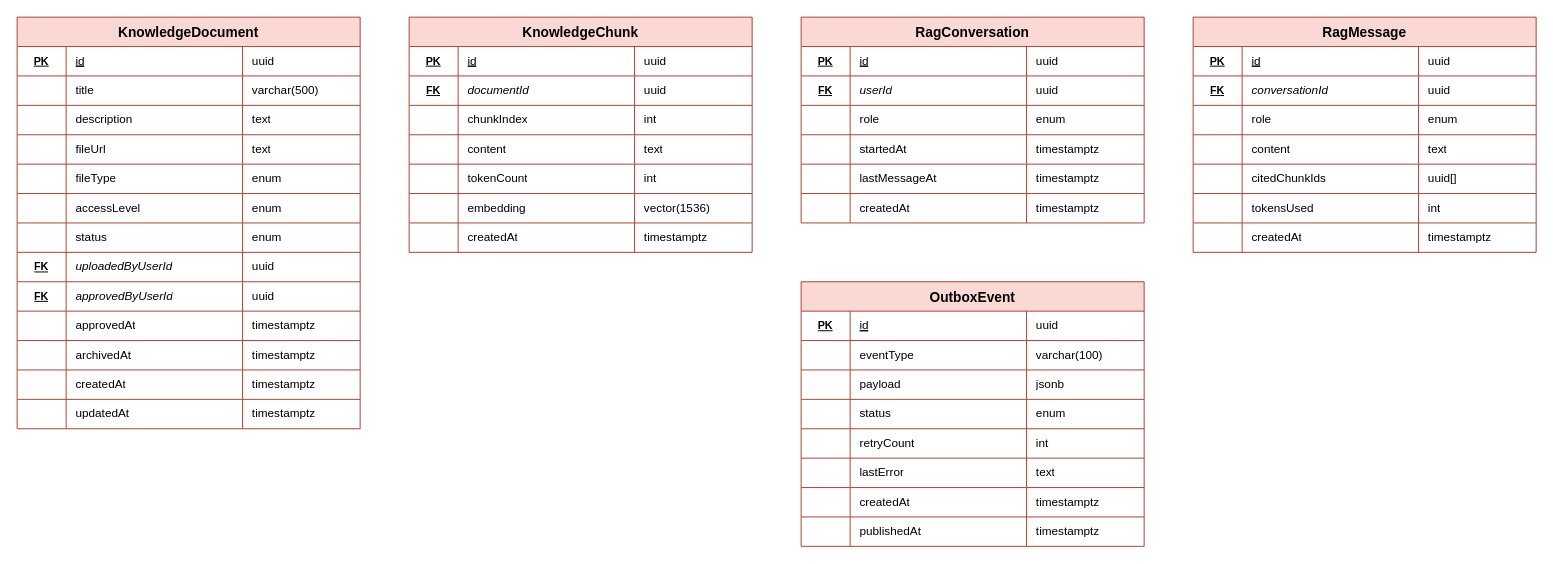
The draw.io diagram db-schema/rag-ai/schema.drawio in SU26SE101-Capstone-Project-VietRide/SU26SE101-Capstone-Project-VietRide-BE, before the edit. Source tidied: cells renumbered, new cells numbered last; positions are measured from the earlier drawing's top-left corner, leaving out a move shared by most shapes. Both pictures are drawn from the tidied source at 98%, with x=0, y=0 at pixel (17, 17).
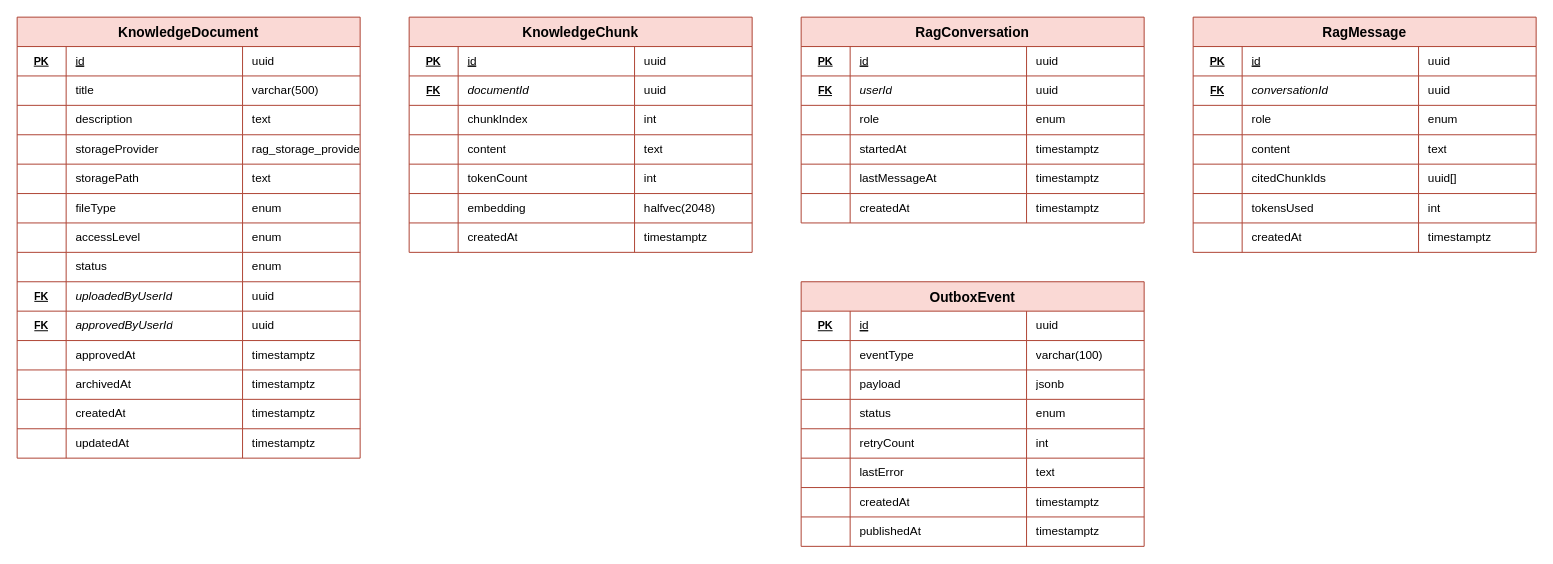
Above is the later version.

Unchanged cells that the change refers to:
```xml
<mxCell id="15" style="shape=tableRow;horizontal=0;startSize=0;swimlaneHead=0;swimlaneBody=0;strokeColor=inherit;top=0;left=0;bottom=0;right=0;fillColor=none;fontSize=12;" parent="2" vertex="1">
  <mxGeometry y="120" width="350" height="30" as="geometry" />
</mxCell>
<mxCell id="19" style="shape=tableRow;horizontal=0;startSize=0;swimlaneHead=0;swimlaneBody=0;strokeColor=inherit;top=0;left=0;bottom=0;right=0;fillColor=none;fontSize=12;" parent="2" vertex="1">
  <mxGeometry y="150" width="350" height="30" as="geometry" />
</mxCell>
<mxCell id="23" style="shape=tableRow;horizontal=0;startSize=0;swimlaneHead=0;swimlaneBody=0;strokeColor=inherit;top=0;left=0;bottom=0;right=0;fillColor=none;fontSize=12;" parent="2" vertex="1">
  <mxGeometry y="180" width="350" height="30" as="geometry" />
</mxCell>
<mxCell id="27" style="shape=tableRow;horizontal=0;startSize=0;swimlaneHead=0;swimlaneBody=0;strokeColor=inherit;top=0;left=0;bottom=0;right=0;fillColor=none;fontSize=12;" parent="2" vertex="1">
  <mxGeometry y="210" width="350" height="30" as="geometry" />
</mxCell>
<mxCell id="31" style="shape=tableRow;horizontal=0;startSize=0;swimlaneHead=0;swimlaneBody=0;strokeColor=inherit;top=0;left=0;bottom=0;right=0;fillColor=none;fontSize=12;" parent="2" vertex="1">
  <mxGeometry y="240" width="350" height="30" as="geometry" />
</mxCell>
<mxCell id="35" style="shape=tableRow;horizontal=0;startSize=0;swimlaneHead=0;swimlaneBody=0;strokeColor=inherit;top=0;left=0;bottom=0;right=0;fillColor=none;fontSize=12;" parent="2" vertex="1">
  <mxGeometry y="270" width="350" height="30" as="geometry" />
</mxCell>
<mxCell id="39" style="shape=tableRow;horizontal=0;startSize=0;swimlaneHead=0;swimlaneBody=0;strokeColor=inherit;top=0;left=0;bottom=0;right=0;fillColor=none;fontSize=12;" parent="2" vertex="1">
  <mxGeometry y="300" width="350" height="30" as="geometry" />
</mxCell>
<mxCell id="43" style="shape=tableRow;horizontal=0;startSize=0;swimlaneHead=0;swimlaneBody=0;strokeColor=inherit;top=0;left=0;bottom=0;right=0;fillColor=none;fontSize=12;" parent="2" vertex="1">
  <mxGeometry y="330" width="350" height="30" as="geometry" />
</mxCell>
<mxCell id="47" style="shape=tableRow;horizontal=0;startSize=0;swimlaneHead=0;swimlaneBody=0;strokeColor=inherit;top=0;left=0;bottom=0;right=0;fillColor=none;fontSize=12;" parent="2" vertex="1">
  <mxGeometry y="360" width="350" height="30" as="geometry" />
</mxCell>
<mxCell id="51" style="shape=tableRow;horizontal=0;startSize=0;swimlaneHead=0;swimlaneBody=0;strokeColor=inherit;top=0;left=0;bottom=0;right=0;fillColor=none;fontSize=12;" parent="2" vertex="1">
  <mxGeometry y="390" width="350" height="30" as="geometry" />
</mxCell>
<mxCell id="76" style="shape=tableRow;horizontal=0;startSize=0;swimlaneHead=0;swimlaneBody=0;strokeColor=inherit;top=0;left=0;bottom=0;right=0;fillColor=none;fontSize=12;" parent="55" vertex="1">
  <mxGeometry y="180" width="350" height="30" as="geometry" />
</mxCell>
```

The edit, as a diff of the source:
```diff
@@
     <mxCell id="2" value="KnowledgeDocument" style="shape=table;startSize=30;childLayout=tableLayout;fontSize=14;fontStyle=1;fillColor=#fad9d5;strokeColor=#ae4132;align=center;" parent="1" vertex="1">
-      <mxGeometry width="350" height="420" as="geometry" />
+      <mxGeometry width="350" height="450" as="geometry" />
     </mxCell>
@@
-    <mxCell id="17" value="fileUrl" style="shape=partialRectangle;html=1;whiteSpace=wrap;strokeColor=inherit;overflow=hidden;fillColor=none;top=0;left=0;bottom=0;right=0;fontSize=12;align=left;spacingLeft=8;" parent="15" vertex="1">
+    <mxCell id="17" value="storageProvider" style="shape=partialRectangle;html=1;whiteSpace=wrap;strokeColor=inherit;overflow=hidden;fillColor=none;top=0;left=0;bottom=0;right=0;fontSize=12;align=left;spacingLeft=8;" parent="15" vertex="1">
       <mxGeometry x="50" width="180" height="30" as="geometry" />
     </mxCell>
-    <mxCell id="18" value="text" style="shape=partialRectangle;html=1;whiteSpace=wrap;strokeColor=inherit;overflow=hidden;fillColor=none;top=0;left=0;bottom=0;right=0;fontSize=12;align=left;spacingLeft=8;" parent="15" vertex="1">
+    <mxCell id="18" value="rag_storage_provider" style="shape=partialRectangle;html=1;whiteSpace=wrap;strokeColor=inherit;overflow=hidden;fillColor=none;top=0;left=0;bottom=0;right=0;fontSize=12;align=left;spacingLeft=8;" parent="15" vertex="1">
       <mxGeometry x="230" width="120" height="30" as="geometry" />
     </mxCell>
@@
-    <mxCell id="21" value="fileType" style="shape=partialRectangle;html=1;whiteSpace=wrap;strokeColor=inherit;overflow=hidden;fillColor=none;top=0;left=0;bottom=0;right=0;fontSize=12;align=left;spacingLeft=8;" parent="19" vertex="1">
+    <mxCell id="21" value="storagePath" style="shape=partialRectangle;html=1;whiteSpace=wrap;strokeColor=inherit;overflow=hidden;fillColor=none;top=0;left=0;bottom=0;right=0;fontSize=12;align=left;spacingLeft=8;" parent="19" vertex="1">
       <mxGeometry x="50" width="180" height="30" as="geometry" />
     </mxCell>
-    <mxCell id="22" value="enum" style="shape=partialRectangle;html=1;whiteSpace=wrap;strokeColor=inherit;overflow=hidden;fillColor=none;top=0;left=0;bottom=0;right=0;fontSize=12;align=left;spacingLeft=8;" parent="19" vertex="1">
+    <mxCell id="22" value="text" style="shape=partialRectangle;html=1;whiteSpace=wrap;strokeColor=inherit;overflow=hidden;fillColor=none;top=0;left=0;bottom=0;right=0;fontSize=12;align=left;spacingLeft=8;" parent="19" vertex="1">
       <mxGeometry x="230" width="120" height="30" as="geometry" />
     </mxCell>
@@
-    <mxCell id="25" value="accessLevel" style="shape=partialRectangle;html=1;whiteSpace=wrap;strokeColor=inherit;overflow=hidden;fillColor=none;top=0;left=0;bottom=0;right=0;fontSize=12;align=left;spacingLeft=8;" parent="23" vertex="1">
+    <mxCell id="25" value="fileType" style="shape=partialRectangle;html=1;whiteSpace=wrap;strokeColor=inherit;overflow=hidden;fillColor=none;top=0;left=0;bottom=0;right=0;fontSize=12;align=left;spacingLeft=8;" parent="23" vertex="1">
       <mxGeometry x="50" width="180" height="30" as="geometry" />
     </mxCell>
@@
-    <mxCell id="29" value="status" style="shape=partialRectangle;html=1;whiteSpace=wrap;strokeColor=inherit;overflow=hidden;fillColor=none;top=0;left=0;bottom=0;right=0;fontSize=12;align=left;spacingLeft=8;" parent="27" vertex="1">
+    <mxCell id="29" value="accessLevel" style="shape=partialRectangle;html=1;whiteSpace=wrap;strokeColor=inherit;overflow=hidden;fillColor=none;top=0;left=0;bottom=0;right=0;fontSize=12;align=left;spacingLeft=8;" parent="27" vertex="1">
       <mxGeometry x="50" width="180" height="30" as="geometry" />
     </mxCell>
@@
-    <mxCell id="32" value="FK" style="shape=partialRectangle;html=1;whiteSpace=wrap;strokeColor=inherit;overflow=hidden;fillColor=none;top=0;left=0;bottom=0;right=0;fontSize=11;fontStyle=5;align=center;" parent="31" vertex="1">
+    <mxCell id="32" style="shape=partialRectangle;html=1;whiteSpace=wrap;strokeColor=inherit;overflow=hidden;fillColor=none;top=0;left=0;bottom=0;right=0;fontSize=11;fontStyle=5;align=center;" parent="31" vertex="1">
       <mxGeometry width="50" height="30" as="geometry" />
     </mxCell>
-    <mxCell id="33" value="&lt;i&gt;uploadedByUserId&lt;/i&gt;" style="shape=partialRectangle;html=1;whiteSpace=wrap;strokeColor=inherit;overflow=hidden;fillColor=none;top=0;left=0;bottom=0;right=0;fontSize=12;fontStyle=2;align=left;spacingLeft=8;" parent="31" vertex="1">
+    <mxCell id="33" value="status" style="shape=partialRectangle;html=1;whiteSpace=wrap;strokeColor=inherit;overflow=hidden;fillColor=none;top=0;left=0;bottom=0;right=0;fontSize=12;align=left;spacingLeft=8;" parent="31" vertex="1">
       <mxGeometry x="50" width="180" height="30" as="geometry" />
     </mxCell>
-    <mxCell id="34" value="uuid" style="shape=partialRectangle;html=1;whiteSpace=wrap;strokeColor=inherit;overflow=hidden;fillColor=none;top=0;left=0;bottom=0;right=0;fontSize=12;align=left;spacingLeft=8;" parent="31" vertex="1">
+    <mxCell id="34" value="enum" style="shape=partialRectangle;html=1;whiteSpace=wrap;strokeColor=inherit;overflow=hidden;fillColor=none;top=0;left=0;bottom=0;right=0;fontSize=12;align=left;spacingLeft=8;" parent="31" vertex="1">
       <mxGeometry x="230" width="120" height="30" as="geometry" />
     </mxCell>
@@
-    <mxCell id="37" value="&lt;i&gt;approvedByUserId&lt;/i&gt;" style="shape=partialRectangle;html=1;whiteSpace=wrap;strokeColor=inherit;overflow=hidden;fillColor=none;top=0;left=0;bottom=0;right=0;fontSize=12;fontStyle=2;align=left;spacingLeft=8;" parent="35" vertex="1">
+    <mxCell id="37" value="&lt;i&gt;uploadedByUserId&lt;/i&gt;" style="shape=partialRectangle;html=1;whiteSpace=wrap;strokeColor=inherit;overflow=hidden;fillColor=none;top=0;left=0;bottom=0;right=0;fontSize=12;fontStyle=2;align=left;spacingLeft=8;" parent="35" vertex="1">
       <mxGeometry x="50" width="180" height="30" as="geometry" />
     </mxCell>
@@
-    <mxCell id="40" style="shape=partialRectangle;html=1;whiteSpace=wrap;strokeColor=inherit;overflow=hidden;fillColor=none;top=0;left=0;bottom=0;right=0;fontSize=11;fontStyle=5;align=center;" parent="39" vertex="1">
+    <mxCell id="40" value="FK" style="shape=partialRectangle;html=1;whiteSpace=wrap;strokeColor=inherit;overflow=hidden;fillColor=none;top=0;left=0;bottom=0;right=0;fontSize=11;fontStyle=5;align=center;" parent="39" vertex="1">
       <mxGeometry width="50" height="30" as="geometry" />
     </mxCell>
-    <mxCell id="41" value="approvedAt" style="shape=partialRectangle;html=1;whiteSpace=wrap;strokeColor=inherit;overflow=hidden;fillColor=none;top=0;left=0;bottom=0;right=0;fontSize=12;align=left;spacingLeft=8;" parent="39" vertex="1">
+    <mxCell id="41" value="&lt;i&gt;approvedByUserId&lt;/i&gt;" style="shape=partialRectangle;html=1;whiteSpace=wrap;strokeColor=inherit;overflow=hidden;fillColor=none;top=0;left=0;bottom=0;right=0;fontSize=12;fontStyle=2;align=left;spacingLeft=8;" parent="39" vertex="1">
       <mxGeometry x="50" width="180" height="30" as="geometry" />
     </mxCell>
-    <mxCell id="42" value="timestamptz" style="shape=partialRectangle;html=1;whiteSpace=wrap;strokeColor=inherit;overflow=hidden;fillColor=none;top=0;left=0;bottom=0;right=0;fontSize=12;align=left;spacingLeft=8;" parent="39" vertex="1">
+    <mxCell id="42" value="uuid" style="shape=partialRectangle;html=1;whiteSpace=wrap;strokeColor=inherit;overflow=hidden;fillColor=none;top=0;left=0;bottom=0;right=0;fontSize=12;align=left;spacingLeft=8;" parent="39" vertex="1">
       <mxGeometry x="230" width="120" height="30" as="geometry" />
     </mxCell>
@@
-    <mxCell id="45" value="archivedAt" style="shape=partialRectangle;html=1;whiteSpace=wrap;strokeColor=inherit;overflow=hidden;fillColor=none;top=0;left=0;bottom=0;right=0;fontSize=12;align=left;spacingLeft=8;" parent="43" vertex="1">
+    <mxCell id="45" value="approvedAt" style="shape=partialRectangle;html=1;whiteSpace=wrap;strokeColor=inherit;overflow=hidden;fillColor=none;top=0;left=0;bottom=0;right=0;fontSize=12;align=left;spacingLeft=8;" parent="43" vertex="1">
       <mxGeometry x="50" width="180" height="30" as="geometry" />
     </mxCell>
@@
-    <mxCell id="49" value="createdAt" style="shape=partialRectangle;html=1;whiteSpace=wrap;strokeColor=inherit;overflow=hidden;fillColor=none;top=0;left=0;bottom=0;right=0;fontSize=12;align=left;spacingLeft=8;" parent="47" vertex="1">
+    <mxCell id="49" value="archivedAt" style="shape=partialRectangle;html=1;whiteSpace=wrap;strokeColor=inherit;overflow=hidden;fillColor=none;top=0;left=0;bottom=0;right=0;fontSize=12;align=left;spacingLeft=8;" parent="47" vertex="1">
       <mxGeometry x="50" width="180" height="30" as="geometry" />
     </mxCell>
@@
-    <mxCell id="53" value="updatedAt" style="shape=partialRectangle;html=1;whiteSpace=wrap;strokeColor=inherit;overflow=hidden;fillColor=none;top=0;left=0;bottom=0;right=0;fontSize=12;align=left;spacingLeft=8;" parent="51" vertex="1">
+    <mxCell id="53" value="createdAt" style="shape=partialRectangle;html=1;whiteSpace=wrap;strokeColor=inherit;overflow=hidden;fillColor=none;top=0;left=0;bottom=0;right=0;fontSize=12;align=left;spacingLeft=8;" parent="51" vertex="1">
       <mxGeometry x="50" width="180" height="30" as="geometry" />
     </mxCell>
@@
+    <mxCell id="171" style="shape=tableRow;horizontal=0;startSize=0;swimlaneHead=0;swimlaneBody=0;strokeColor=inherit;top=0;left=0;bottom=0;right=0;fillColor=none;fontSize=12;" parent="2" vertex="1">
+      <mxGeometry y="420" width="350" height="30" as="geometry" />
+    </mxCell>
+    <mxCell id="172" style="shape=partialRectangle;html=1;whiteSpace=wrap;strokeColor=inherit;overflow=hidden;fillColor=none;top=0;left=0;bottom=0;right=0;fontSize=11;fontStyle=5;align=center;" parent="171" vertex="1">
+      <mxGeometry width="50" height="30" as="geometry" />
+    </mxCell>
+    <mxCell id="173" value="updatedAt" style="shape=partialRectangle;html=1;whiteSpace=wrap;strokeColor=inherit;overflow=hidden;fillColor=none;top=0;left=0;bottom=0;right=0;fontSize=12;align=left;spacingLeft=8;" parent="171" vertex="1">
+      <mxGeometry x="50" width="180" height="30" as="geometry" />
+    </mxCell>
+    <mxCell id="174" value="timestamptz" style="shape=partialRectangle;html=1;whiteSpace=wrap;strokeColor=inherit;overflow=hidden;fillColor=none;top=0;left=0;bottom=0;right=0;fontSize=12;align=left;spacingLeft=8;" parent="171" vertex="1">
+      <mxGeometry x="230" width="120" height="30" as="geometry" />
+    </mxCell>
@@
-    <mxCell id="79" value="vector(1536)" style="shape=partialRectangle;html=1;whiteSpace=wrap;strokeColor=inherit;overflow=hidden;fillColor=none;top=0;left=0;bottom=0;right=0;fontSize=12;align=left;spacingLeft=8;" parent="76" vertex="1">
+    <mxCell id="79" value="halfvec(2048)" style="shape=partialRectangle;html=1;whiteSpace=wrap;strokeColor=inherit;overflow=hidden;fillColor=none;top=0;left=0;bottom=0;right=0;fontSize=12;align=left;spacingLeft=8;" parent="76" vertex="1">
       <mxGeometry x="230" width="120" height="30" as="geometry" />
     </mxCell>
```
